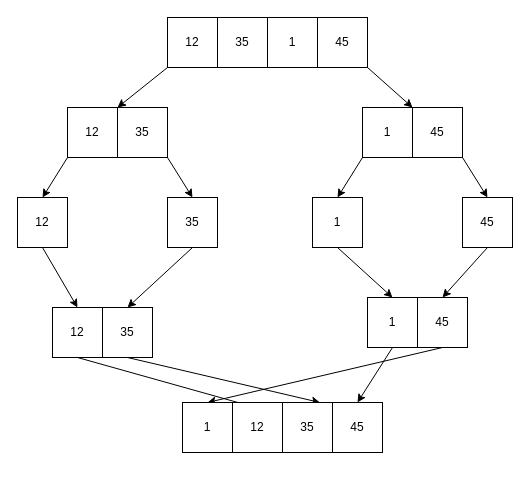
The draw.io diagram _notebooks/chart.drawio in realethantran/ethanRepo, before the edit. Source tidied: cells renumbered, new cells numbered last; positions are measured from the earlier drawing's top-left corner, leaving out a move shared by most shapes. Both pictures are drawn from the tidied source at 100%, with x=0, y=0 at pixel (17, 17).
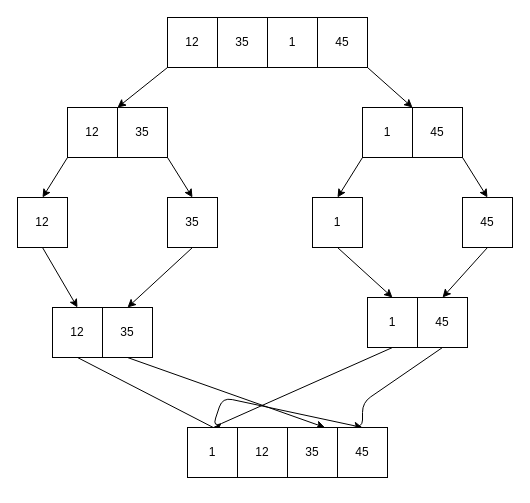
After the change.

The change refers to these unchanged cells:
```xml
<mxCell id="27" value="12" style="whiteSpace=wrap;html=1;" parent="1" vertex="1">
  <mxGeometry x="35" y="290" width="50" height="50" as="geometry" />
</mxCell>
<mxCell id="29" value="45" style="whiteSpace=wrap;html=1;" parent="1" vertex="1">
  <mxGeometry x="400" y="280" width="50" height="50" as="geometry" />
</mxCell>
<mxCell id="31" value="1" style="whiteSpace=wrap;html=1;" parent="1" vertex="1">
  <mxGeometry x="350" y="280" width="50" height="50" as="geometry" />
</mxCell>
```

What changed in the source:
```diff
@@
-    <mxCell id="26" style="edgeStyle=none;html=1;exitX=0.5;exitY=1;exitDx=0;exitDy=0;entryX=1;entryY=0.25;entryDx=0;entryDy=0;" parent="1" edge="1" source="27" target="34">
+    <mxCell id="26" style="edgeStyle=none;html=1;exitX=0.5;exitY=1;exitDx=0;exitDy=0;entryX=1;entryY=0.25;entryDx=0;entryDy=0;startArrow=none;" parent="1" edge="1" source="35" target="34">
       <mxGeometry relative="1" as="geometry" />
     </mxCell>
@@
     <mxCell id="28" style="edgeStyle=none;html=1;exitX=0.5;exitY=1;exitDx=0;exitDy=0;entryX=0.5;entryY=0;entryDx=0;entryDy=0;" parent="1" edge="1" source="29" target="35">
-      <mxGeometry relative="1" as="geometry" />
+      <mxGeometry relative="1" as="geometry">
+        <Array as="points">
+          <mxPoint x="345" y="385" />
+          <mxPoint x="345" y="410" />
+        </Array>
+      </mxGeometry>
     </mxCell>
@@
     <mxCell id="30" style="edgeStyle=none;html=1;exitX=0.5;exitY=1;exitDx=0;exitDy=0;entryX=0.5;entryY=0;entryDx=0;entryDy=0;" parent="1" edge="1" source="31" target="32">
-      <mxGeometry relative="1" as="geometry" />
+      <mxGeometry relative="1" as="geometry">
+        <Array as="points">
+          <mxPoint x="195" y="410" />
+          <mxPoint x="205" y="380" />
+        </Array>
+      </mxGeometry>
     </mxCell>
@@
     <mxCell id="32" value="45" style="whiteSpace=wrap;html=1;" parent="1" vertex="1">
-      <mxGeometry x="315" y="385" width="50" height="50" as="geometry" />
+      <mxGeometry x="320" y="410" width="50" height="50" as="geometry" />
     </mxCell>
     <mxCell id="33" value="35" style="whiteSpace=wrap;html=1;" parent="1" vertex="1">
-      <mxGeometry x="265" y="385" width="50" height="50" as="geometry" />
+      <mxGeometry x="270" y="410" width="50" height="50" as="geometry" />
     </mxCell>
     <mxCell id="34" value="12" style="whiteSpace=wrap;html=1;" parent="1" vertex="1">
-      <mxGeometry x="215" y="385" width="50" height="50" as="geometry" />
+      <mxGeometry x="220" y="410" width="50" height="50" as="geometry" />
     </mxCell>
+    <mxCell id="36" style="edgeStyle=none;html=1;exitX=0.5;exitY=1;exitDx=0;exitDy=0;entryX=1;entryY=0.25;entryDx=0;entryDy=0;endArrow=none;" parent="1" edge="1" source="27" target="35">
+      <mxGeometry relative="1" as="geometry" />
+    </mxCell>
     <mxCell id="35" value="1" style="whiteSpace=wrap;html=1;" parent="1" vertex="1">
-      <mxGeometry x="165" y="385" width="50" height="50" as="geometry" />
+      <mxGeometry x="170" y="410" width="50" height="50" as="geometry" />
     </mxCell>
```
